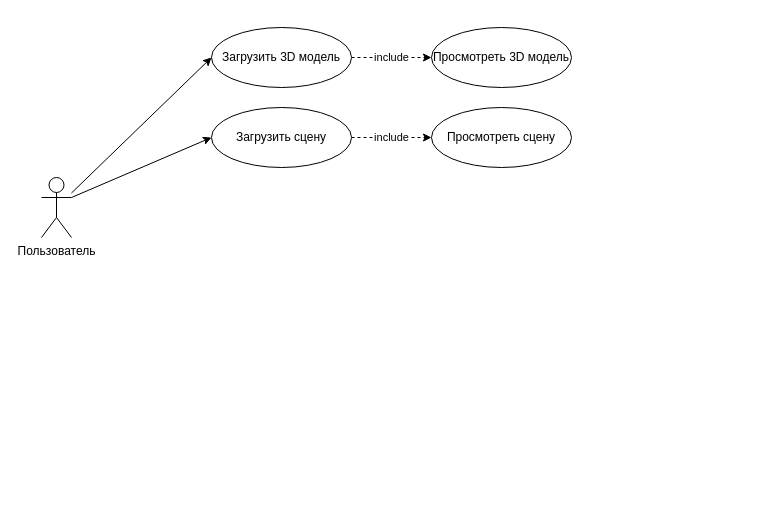
This is module_2/Use Case Diagram.drawio from SheinEA/gb_architect, a draw.io file, before an edit. Source tidied: cells renumbered, new cells numbered last; positions are measured from the earlier drawing's top-left corner, leaving out a move shared by most shapes. Both pictures are drawn from the tidied source at 100%, with x=0, y=0 at pixel (41, 27).
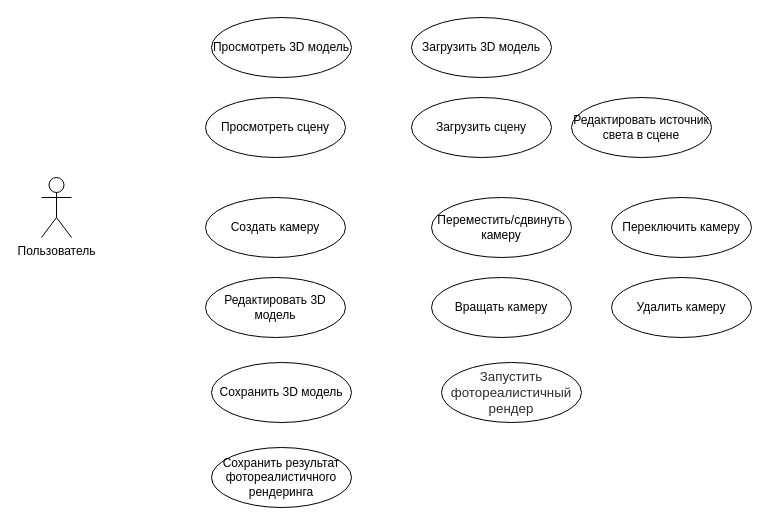
The same page after the edit.

What changed in the source:
```diff
@@
 <mxGraphModel>
   <root>
     <mxCell id="0" />
     <mxCell id="1" parent="0" />
-    <mxCell id="2" value="include" style="edgeStyle=none;rounded=0;jettySize=auto;html=1;exitX=1;exitY=0.5;exitDx=0;exitDy=0;dashed=1;" parent="1" edge="1" source="3" target="9">
-      <mxGeometry relative="1" as="geometry" />
-    </mxCell>
     <mxCell id="3" value="Загрузить 3D модель" style="ellipse;whiteSpace=wrap;html=1;" parent="1" vertex="1">
-      <mxGeometry x="170" width="140" height="60" as="geometry" />
+      <mxGeometry x="370" y="-10" width="140" height="60" as="geometry" />
     </mxCell>
-    <mxCell id="4" style="edgeStyle=none;rounded=0;jettySize=auto;html=1;entryX=0;entryY=0.5;entryDx=0;entryDy=0;" parent="1" edge="1" source="6" target="3">
-      <mxGeometry relative="1" as="geometry" />
-    </mxCell>
-    <mxCell id="5" style="edgeStyle=none;rounded=0;jettySize=auto;html=1;exitX=1;exitY=0.3333333333333333;exitDx=0;exitDy=0;exitPerimeter=0;entryX=0;entryY=0.5;entryDx=0;entryDy=0;" parent="1" edge="1" source="6" target="8">
-      <mxGeometry relative="1" as="geometry" />
-    </mxCell>
     <mxCell id="6" value="Пользователь" style="shape=umlActor;verticalLabelPosition=bottom;verticalAlign=top;html=1;" parent="1" vertex="1">
       <mxGeometry y="150" width="30" height="60" as="geometry" />
     </mxCell>
-    <mxCell id="7" value="include" style="edgeStyle=none;rounded=0;jettySize=auto;html=1;dashed=1;" parent="1" edge="1" source="8" target="10">
-      <mxGeometry relative="1" as="geometry" />
-    </mxCell>
     <mxCell id="8" value="Загрузить сцену" style="ellipse;whiteSpace=wrap;html=1;" parent="1" vertex="1">
-      <mxGeometry x="170" y="80" width="140" height="60" as="geometry" />
+      <mxGeometry x="370" y="70" width="140" height="60" as="geometry" />
     </mxCell>
     <mxCell id="9" value="Просмотреть 3D модель" style="ellipse;whiteSpace=wrap;html=1;" parent="1" vertex="1">
-      <mxGeometry x="390" width="140" height="60" as="geometry" />
+      <mxGeometry x="170" y="-10" width="140" height="60" as="geometry" />
     </mxCell>
     <mxCell id="10" value="Просмотреть сцену" style="ellipse;whiteSpace=wrap;html=1;" parent="1" vertex="1">
-      <mxGeometry x="390" y="80" width="140" height="60" as="geometry" />
+      <mxGeometry x="164" y="70" width="140" height="60" as="geometry" />
     </mxCell>
+    <mxCell id="11" value="Создать камеру" style="ellipse;whiteSpace=wrap;html=1;" parent="1" vertex="1">
+      <mxGeometry x="164" y="170" width="140" height="60" as="geometry" />
+    </mxCell>
+    <mxCell id="12" value="Редактировать 3D модель" style="ellipse;whiteSpace=wrap;html=1;" parent="1" vertex="1">
+      <mxGeometry x="164" y="250" width="140" height="60" as="geometry" />
+    </mxCell>
+    <mxCell id="13" value="Сохранить 3D модель" style="ellipse;whiteSpace=wrap;html=1;" parent="1" vertex="1">
+      <mxGeometry x="170" y="335" width="140" height="60" as="geometry" />
+    </mxCell>
+    <mxCell id="14" value="Сохранить результат фотореалистичного рендеринга" style="ellipse;whiteSpace=wrap;html=1;" parent="1" vertex="1">
+      <mxGeometry x="170" y="420" width="140" height="60" as="geometry" />
+    </mxCell>
+    <mxCell id="15" value="Переместить/сдвинуть камеру" style="ellipse;whiteSpace=wrap;html=1;" parent="1" vertex="1">
+      <mxGeometry x="390" y="170" width="140" height="60" as="geometry" />
+    </mxCell>
+    <mxCell id="16" value="Вращать камеру" style="ellipse;whiteSpace=wrap;html=1;" parent="1" vertex="1">
+      <mxGeometry x="390" y="250" width="140" height="60" as="geometry" />
+    </mxCell>
+    <mxCell id="17" value="Переключить камеру" style="ellipse;whiteSpace=wrap;html=1;" parent="1" vertex="1">
+      <mxGeometry x="570" y="170" width="140" height="60" as="geometry" />
+    </mxCell>
+    <mxCell id="18" value="Удалить камеру" style="ellipse;whiteSpace=wrap;html=1;" parent="1" vertex="1">
+      <mxGeometry x="570" y="250" width="140" height="60" as="geometry" />
+    </mxCell>
+    <mxCell id="19" value="Редактировать источник света в сцене" style="ellipse;whiteSpace=wrap;html=1;" parent="1" vertex="1">
+      <mxGeometry x="530" y="70" width="140" height="60" as="geometry" />
+    </mxCell>
+    <mxCell id="20" value="&lt;span id=&quot;docs-internal-guid-07935baf-7fff-c7c5-6f66-7052401fd73c&quot;&gt;&lt;span style=&quot;font-size: 10pt ; font-family: &amp;#34;arial&amp;#34; ; color: rgb(44 , 45 , 48) ; background-color: transparent ; vertical-align: baseline&quot;&gt;Запустить фотореалистичный рендер&lt;/span&gt;&lt;/span&gt;" style="ellipse;whiteSpace=wrap;html=1;" parent="1" vertex="1">
+      <mxGeometry x="400" y="335" width="140" height="60" as="geometry" />
+    </mxCell>
   </root>
 </mxGraphModel>
```
